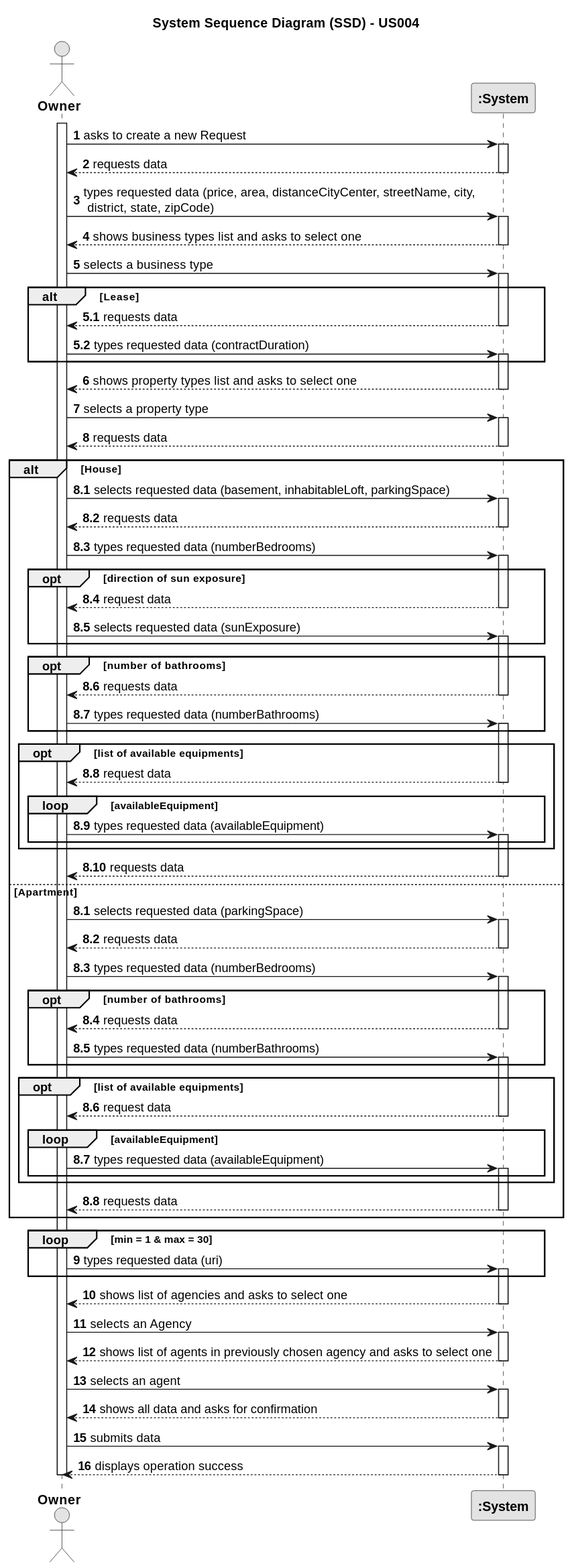
Earlier version of the PlantUML export docs/sprintB/us004/01.requirements-engineering/svg/us004-system-sequence-diagram.svg (rita-barbosa/LAPR2-2223). The source it was exported from:
```plantuml
@startuml
skinparam monochrome true
skinparam packageStyle rectangle
skinparam shadowing false

actor "<b>Owner</b>" as Owner
participant "<b>:System</b>" as System

title System Sequence Diagram (SSD) - US004

autonumber

activate Owner

    Owner -> System : asks to create a new Request

        activate System

        System --> Owner : requests data

        deactivate System

    Owner -> System : types requested data (price, area, distanceCityCenter, streetName, city,\n district, state, zipCode)

        activate System

        System --> Owner : shows business types list and asks to select one

        deactivate System

    Owner -> System : selects a business type

        activate System

            alt Lease

                autonumber 5.1
                System --> Owner : requests data

                deactivate System

                Owner -> System : types requested data (contractDuration)

                activate System

            end alt

        autonumber 6

        activate System

        System --> Owner : shows property types list and asks to select one

        deactivate System

    Owner -> System : selects a property type

     activate System

     System --> Owner : requests data

     deactivate System

     alt House
         autonumber 8.1

     Owner -> System : selects requested data (basement, inhabitableLoft, parkingSpace)

         activate System

         System --> Owner : requests data
         deactivate System

     Owner -> System : types requested data (numberBedrooms)

         activate System

             opt direction of sun exposure

             System --> Owner : request data
             deactivate System

     Owner -> System : selects requested data (sunExposure)
             activate System

             end opt

            opt number of bathrooms

             System --> Owner : requests data
             deactivate System

     Owner -> System : types requested data (numberBathrooms)
             activate System

            end  opt

            opt list of available equipments

             System --> Owner : request data
             deactivate System

                 loop availableEquipment

     Owner -> System : types requested data (availableEquipment)

                     activate System
                 end loop

             end opt

         System --> Owner : requests data
         deactivate System

     else Apartment

         autonumber 8.1

     Owner -> System : selects requested data (parkingSpace)

         activate System

         System --> Owner : requests data

         deactivate System

     Owner -> System : types requested data (numberBedrooms)

         activate System

        opt number of bathrooms

         System --> Owner : requests data
         deactivate System

     Owner -> System : types requested data (numberBathrooms)

         activate System

        end  opt

        opt list of available equipments

            System --> Owner : request data
            deactivate System

             loop availableEquipment

     Owner -> System : types requested data (availableEquipment)

                 activate System
             end loop

        end opt

         System --> Owner : requests data
         deactivate System

         end alt

        loop min = 1 & max = 30

            autonumber 9

     Owner -> System : types requested data (uri)

            activate System
        end loop

    System --> Owner : shows list of agencies and asks to select one
    deactivate System

     Owner -> System : selects an Agency

        activate System

        System --> Owner : shows list of agents in previously chosen agency and asks to select one
        deactivate System

     Owner -> System : selects an agent

        activate System

        System --> Owner : shows all data and asks for confirmation

        deactivate System

     Owner -> System : submits data

        activate System

        System --> Owner : displays operation success
        deactivate System

deactivate Owner
@enduml
```
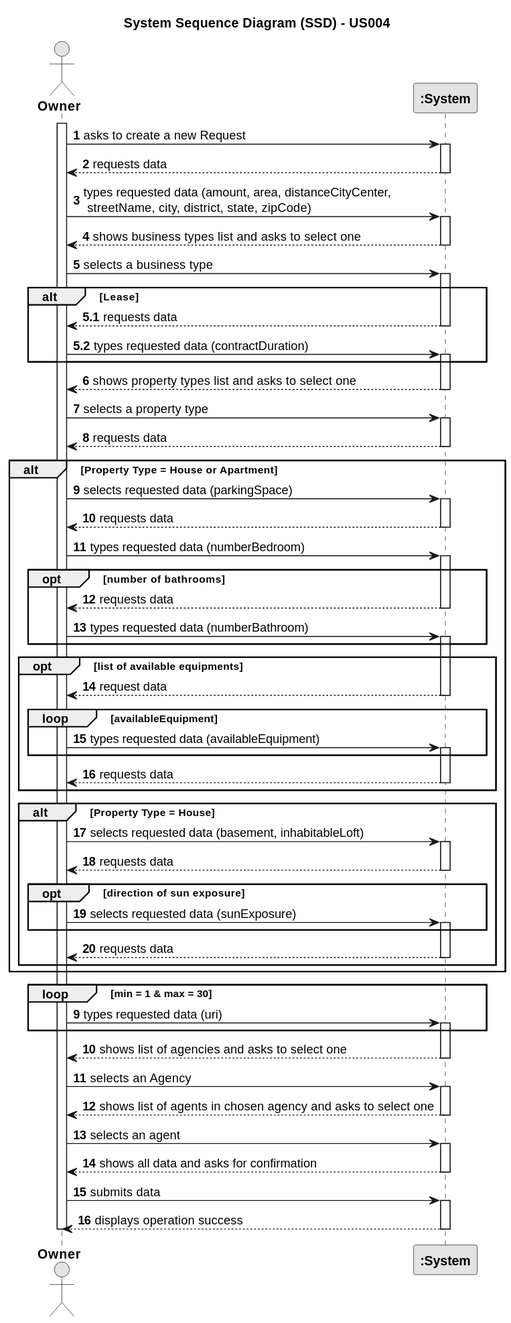
The same diagram one commit later.

The edit, as a diff of the source:
```diff
@@ -20,7 +20,7 @@
 
         deactivate System
 
-    Owner -> System : types requested data (price, area, distanceCityCenter, streetName, city,\n district, state, zipCode)
+    Owner -> System : types requested data (amount, area, distanceCityCenter,\n streetName, city, district, state, zipCode)
 
         activate System
 
@@ -61,102 +61,68 @@
 
      deactivate System
 
-     alt House
-         autonumber 8.1
+     alt Property Type = House or Apartment
 
-     Owner -> System : selects requested data (basement, inhabitableLoft, parkingSpace)
+            Owner -> System : selects requested data (parkingSpace)
 
-         activate System
+                 activate System
 
-         System --> Owner : requests data
-         deactivate System
+            System --> Owner : requests data
+                 deactivate System
 
-     Owner -> System : types requested data (numberBedrooms)
+            Owner -> System : types requested data (numberBedroom)
 
-         activate System
+                activate System
 
-             opt direction of sun exposure
+           opt number of bathrooms
 
-             System --> Owner : request data
-             deactivate System
+                        System --> Owner : requests data
+                        deactivate System
 
-     Owner -> System : selects requested data (sunExposure)
-             activate System
+                Owner -> System : types requested data (numberBathroom)
+                        activate System
 
-             end opt
+           end  opt
 
-            opt number of bathrooms
+                       opt list of available equipments
 
-             System --> Owner : requests data
-             deactivate System
+                        System --> Owner : request data
+                        deactivate System
 
-     Owner -> System : types requested data (numberBathrooms)
-             activate System
+                            loop availableEquipment
 
-            end  opt
+                Owner -> System : types requested data (availableEquipment)
 
-            opt list of available equipments
+                                activate System
+                            end loop
 
-             System --> Owner : request data
-             deactivate System
+            System --> Owner : requests data
 
-                 loop availableEquipment
-
-     Owner -> System : types requested data (availableEquipment)
-
-                     activate System
-                 end loop
-
-             end opt
-
-         System --> Owner : requests data
-         deactivate System
-
-     else Apartment
-
-         autonumber 8.1
-
-     Owner -> System : selects requested data (parkingSpace)
-
-         activate System
-
-         System --> Owner : requests data
-
-         deactivate System
-
-     Owner -> System : types requested data (numberBedrooms)
-
-         activate System
-
-        opt number of bathrooms
-
-         System --> Owner : requests data
-         deactivate System
-
-     Owner -> System : types requested data (numberBathrooms)
-
-         activate System
-
-        end  opt
-
-        opt list of available equipments
-
-            System --> Owner : request data
             deactivate System
 
-             loop availableEquipment
+            end opt
 
-     Owner -> System : types requested data (availableEquipment)
+           alt Property Type = House
 
-                 activate System
-             end loop
+              Owner -> System : selects requested data (basement, inhabitableLoft)
 
-        end opt
+              activate System
 
-         System --> Owner : requests data
-         deactivate System
+              System --> Owner : requests data
+              deactivate System
 
-         end alt
+              opt direction of sun exposure
+
+                   Owner -> System : selects requested data (sunExposure)
+                   activate System
+              end opt
+
+               System --> Owner : requests data
+               deactivate System
+
+           end alt
+
+     end alt
 
         loop min = 1 & max = 30
 
@@ -174,7 +140,7 @@
 
         activate System
 
-        System --> Owner : shows list of agents in previously chosen agency and asks to select one
+        System --> Owner : shows list of agents in chosen agency and asks to select one
         deactivate System
 
      Owner -> System : selects an agent
```
